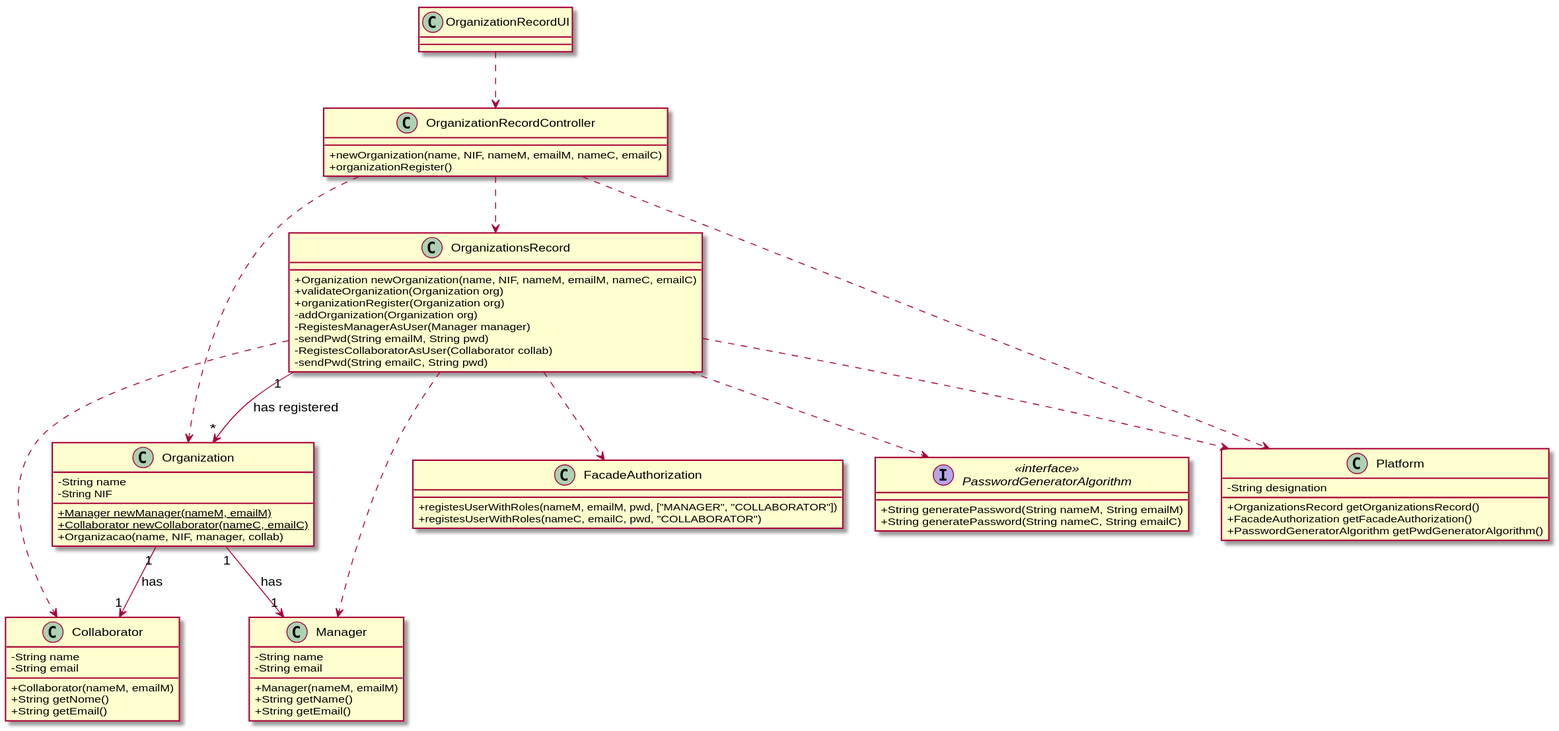
The PlantUML diagram docs/UC7 - Add New Organization/UC7_CD.svg in pedrolemos4/LAPR2, before a commit.
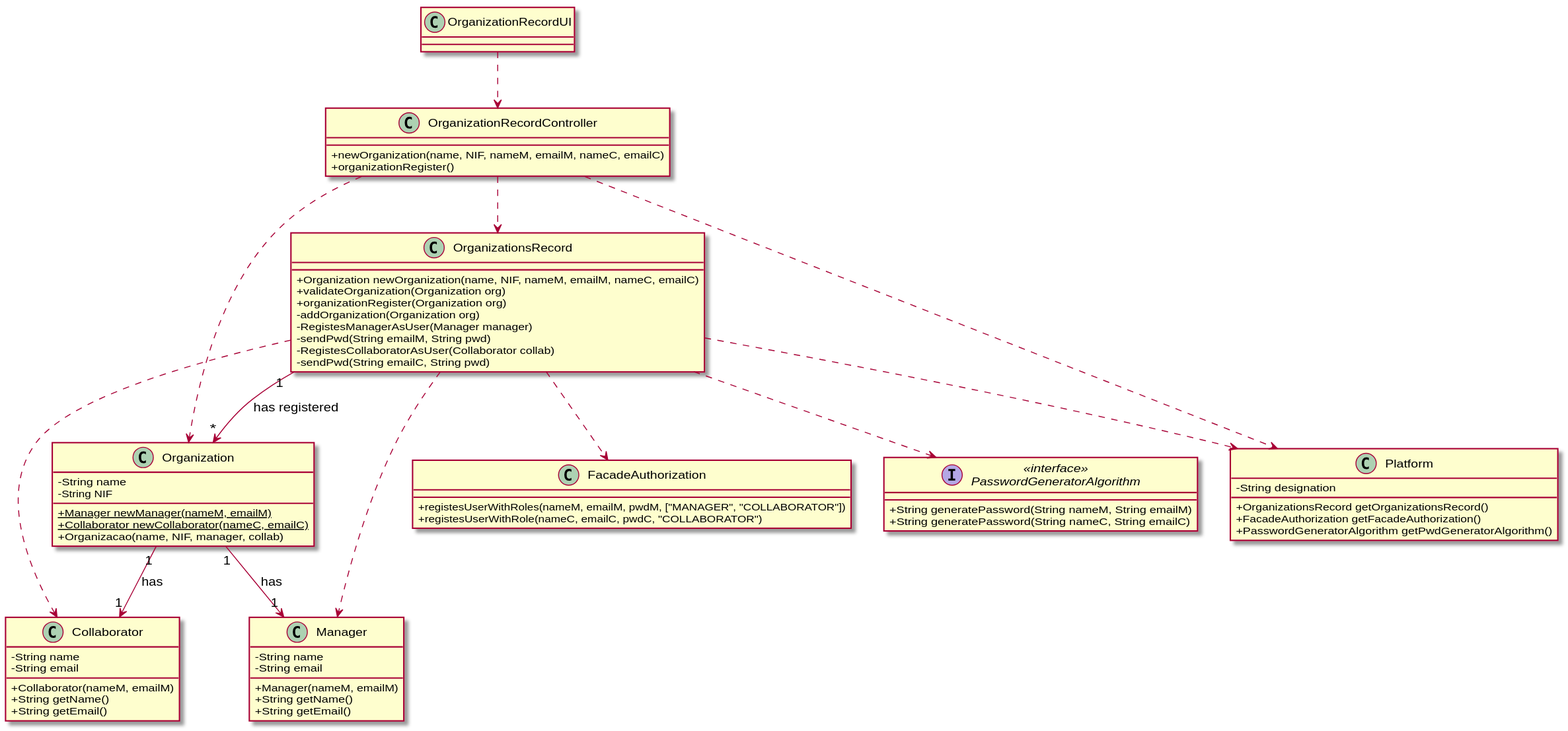
After the change.

Change to the diagram source:
```diff
@@ -5,7 +5,7 @@
   -String name
   -String email
   +Collaborator(nameM, emailM)
-  +String getNome()
+  +String getName()
   +String getEmail()
 }
 
@@ -44,8 +44,8 @@
 }
 
 class FacadeAuthorization {
-  +registesUserWithRoles(nameM, emailM, pwd, ["MANAGER", "COLLABORATOR"])
-  +registesUserWithRoles(nameC, emailC, pwd, "COLLABORATOR")
+  +registesUserWithRoles(nameM, emailM, pwdM, ["MANAGER", "COLLABORATOR"])
+  +registesUserWithRole(nameC, emailC, pwdC, "COLLABORATOR")
 }
 
 interface PasswordGeneratorAlgorithm <<interface>>{
```
